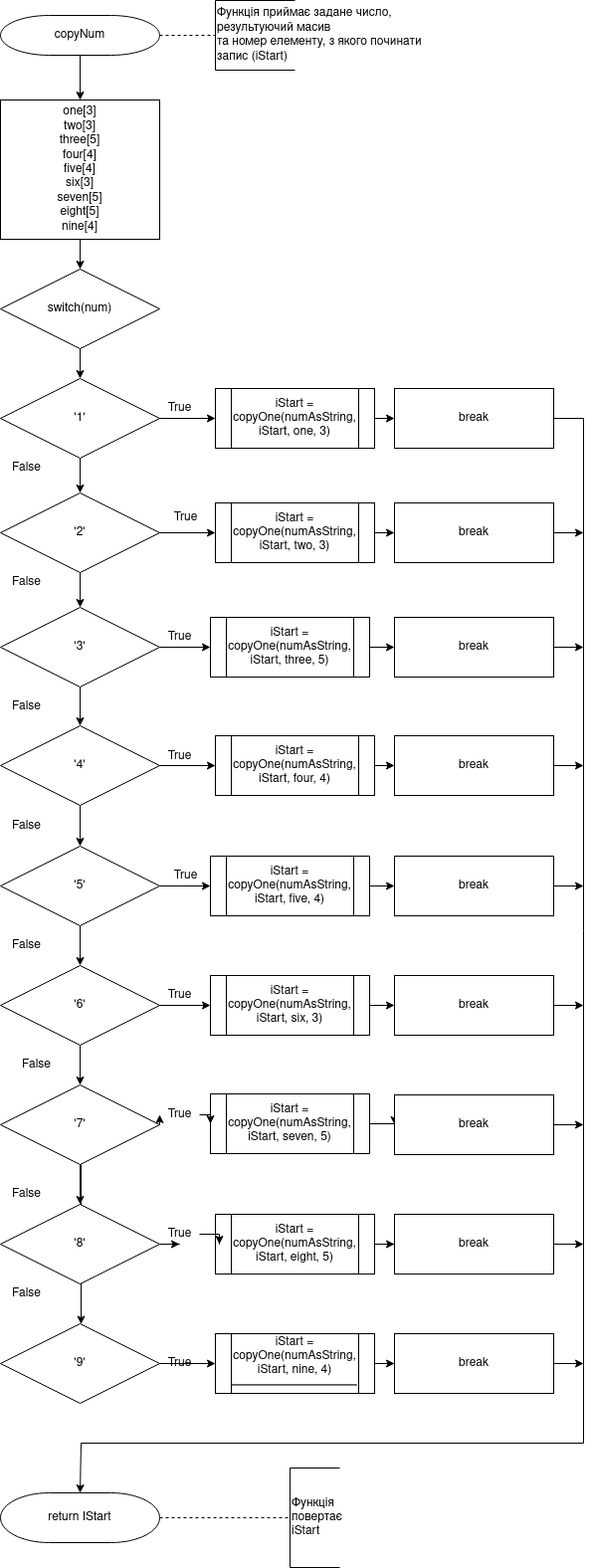
Above: lab08_09_10/doc/assets/lab06_task3_copyNum.png in belchinskaya/Programming-Belchinska (draw.io), before the change. Source tidied: cells renumbered, new cells last; positions are measured from the earlier drawing's top-left corner, leaving out a move shared by most shapes.
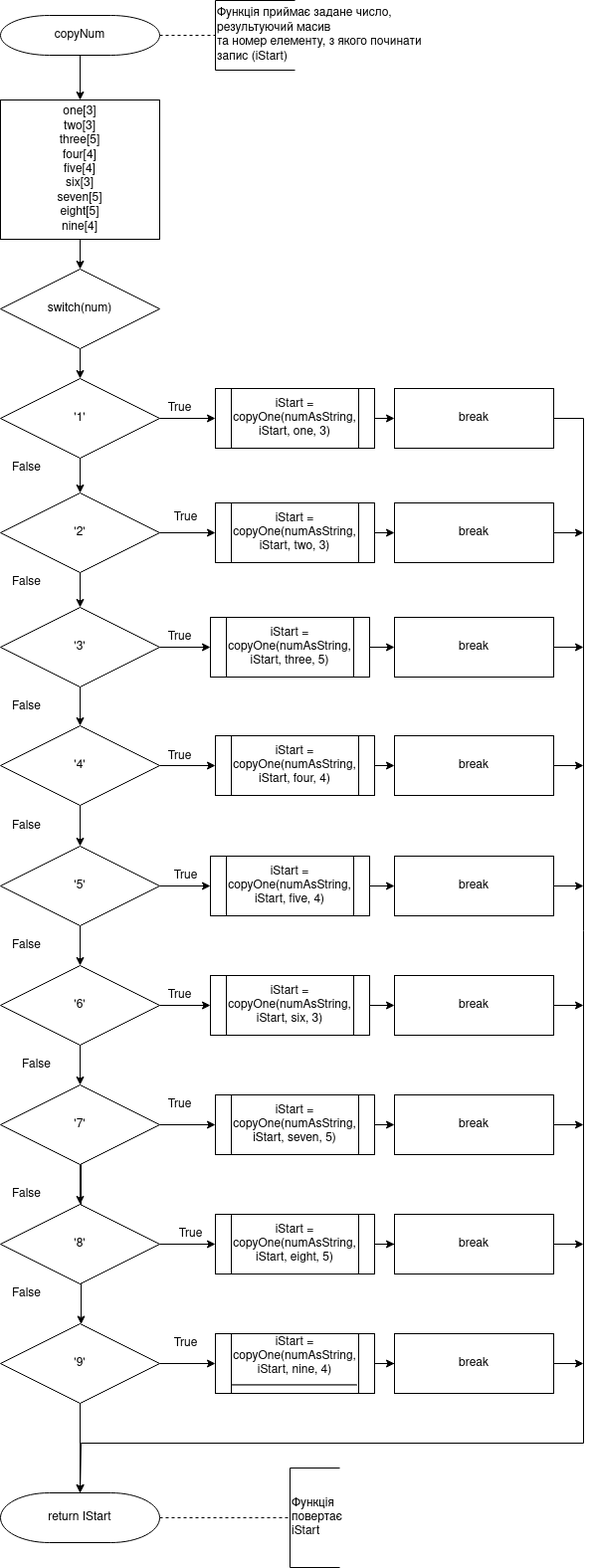
The same diagram one commit later.

What changed in the source:
```diff
@@ -60,7 +60,7 @@
       <mxGeometry relative="1" as="geometry" />
     </mxCell>
     <mxCell id="21" value="iStart = copyOne(numAsString, iStart, seven, 5)" style="shape=process;whiteSpace=wrap;html=1;backgroundOutline=1;strokeWidth=1;" parent="1" vertex="1">
-      <mxGeometry x="211" y="1099" width="160" height="60" as="geometry" />
+      <mxGeometry x="216" y="1100" width="160" height="60" as="geometry" />
     </mxCell>
     <mxCell id="22" style="edgeStyle=orthogonalEdgeStyle;rounded=0;jettySize=auto;html=1;exitX=1;exitY=0.5;exitDx=0;exitDy=0;" parent="1" edge="1" source="23" target="72">
       <mxGeometry relative="1" as="geometry" />
@@ -143,18 +143,15 @@
     <mxCell id="48" value="'6'" style="rhombus;whiteSpace=wrap;html=1;" parent="1" vertex="1">
       <mxGeometry y="970" width="160" height="80" as="geometry" />
     </mxCell>
-    <mxCell id="49" style="edgeStyle=orthogonalEdgeStyle;rounded=0;jettySize=auto;html=1;exitX=1;exitY=0.5;exitDx=0;exitDy=0;entryX=0;entryY=0.5;entryDx=0;entryDy=0;" parent="1" edge="1" source="92" target="21">
-      <mxGeometry relative="1" as="geometry" />
-    </mxCell>
     <mxCell id="50" style="edgeStyle=orthogonalEdgeStyle;rounded=0;jettySize=auto;html=1;exitX=0.5;exitY=1;exitDx=0;exitDy=0;" parent="1" edge="1" source="51" target="54">
       <mxGeometry relative="1" as="geometry" />
     </mxCell>
+    <mxCell id="94" style="edgeStyle=orthogonalEdgeStyle;rounded=0;jettySize=auto;html=1;exitX=1;exitY=0.5;exitDx=0;exitDy=0;entryX=0;entryY=0.5;entryDx=0;entryDy=0;" parent="1" edge="1" source="51" target="21">
+      <mxGeometry relative="1" as="geometry" />
+    </mxCell>
     <mxCell id="51" value="'7'" style="rhombus;whiteSpace=wrap;html=1;" parent="1" vertex="1">
       <mxGeometry y="1090" width="160" height="80" as="geometry" />
     </mxCell>
-    <mxCell id="52" style="edgeStyle=orthogonalEdgeStyle;rounded=0;jettySize=auto;html=1;exitX=1;exitY=0.5;exitDx=0;exitDy=0;" parent="1" edge="1" source="90" target="23">
-      <mxGeometry relative="1" as="geometry" />
-    </mxCell>
     <mxCell id="53" style="edgeStyle=orthogonalEdgeStyle;rounded=0;jettySize=auto;html=1;exitX=0.5;exitY=1;exitDx=0;exitDy=0;" parent="1" edge="1" source="54" target="56">
       <mxGeometry relative="1" as="geometry">
         <Array as="points">
@@ -163,12 +160,18 @@
         </Array>
       </mxGeometry>
     </mxCell>
+    <mxCell id="95" style="edgeStyle=orthogonalEdgeStyle;rounded=0;jettySize=auto;html=1;exitX=1;exitY=0.5;exitDx=0;exitDy=0;" parent="1" edge="1" source="54" target="23">
+      <mxGeometry relative="1" as="geometry" />
+    </mxCell>
     <mxCell id="54" value="&lt;div&gt;'8'&lt;/div&gt;" style="rhombus;whiteSpace=wrap;html=1;" parent="1" vertex="1">
       <mxGeometry y="1210" width="160" height="80" as="geometry" />
     </mxCell>
     <mxCell id="55" style="edgeStyle=orthogonalEdgeStyle;rounded=0;jettySize=auto;html=1;exitX=1;exitY=0.5;exitDx=0;exitDy=0;entryX=0;entryY=0.5;entryDx=0;entryDy=0;" parent="1" edge="1" source="56" target="25">
       <mxGeometry relative="1" as="geometry" />
     </mxCell>
+    <mxCell id="96" style="edgeStyle=orthogonalEdgeStyle;rounded=0;jettySize=auto;html=1;exitX=0.5;exitY=1;exitDx=0;exitDy=0;entryX=0.5;entryY=0;entryDx=0;entryDy=0;entryPerimeter=0;" parent="1" edge="1" source="56" target="27">
+      <mxGeometry relative="1" as="geometry" />
+    </mxCell>
     <mxCell id="56" value="'9'" style="rhombus;whiteSpace=wrap;html=1;" parent="1" vertex="1">
       <mxGeometry y="1330" width="160" height="80" as="geometry" />
     </mxCell>
@@ -276,7 +279,7 @@
       <mxGeometry x="160" y="990" width="40" height="20" as="geometry" />
     </mxCell>
     <mxCell id="81" value="True" style="text;html=1;align=center;verticalAlign=middle;" parent="1" vertex="1">
-      <mxGeometry x="160" y="1360" width="40" height="20" as="geometry" />
+      <mxGeometry x="166" y="1340" width="40" height="20" as="geometry" />
     </mxCell>
     <mxCell id="82" value="False" style="text;html=1;align=center;verticalAlign=middle;" parent="1" vertex="1">
       <mxGeometry x="6" y="460" width="40" height="20" as="geometry" />
@@ -303,16 +306,10 @@
       <mxGeometry x="6" y="1290" width="40" height="20" as="geometry" />
     </mxCell>
     <mxCell id="90" value="True" style="text;html=1;align=center;verticalAlign=middle;points=[];" parent="1" vertex="1">
-      <mxGeometry x="160" y="1230" width="40" height="20" as="geometry" />
+      <mxGeometry x="171" y="1230" width="40" height="20" as="geometry" />
     </mxCell>
-    <mxCell id="91" style="edgeStyle=orthogonalEdgeStyle;rounded=0;jettySize=auto;html=1;exitX=1;exitY=0.5;exitDx=0;exitDy=0;" parent="1" edge="1" source="54" target="90">
-      <mxGeometry relative="1" as="geometry" />
-    </mxCell>
     <mxCell id="92" value="True" style="text;html=1;align=center;verticalAlign=middle;points=[];" parent="1" vertex="1">
-      <mxGeometry x="160" y="1110" width="40" height="20" as="geometry" />
+      <mxGeometry x="160" y="1100" width="40" height="20" as="geometry" />
     </mxCell>
-    <mxCell id="93" style="edgeStyle=orthogonalEdgeStyle;rounded=0;jettySize=auto;html=1;exitX=1;exitY=0.5;exitDx=0;exitDy=0;entryX=0;entryY=0.5;entryDx=0;entryDy=0;" parent="1" edge="1" source="51" target="92">
-      <mxGeometry relative="1" as="geometry" />
-    </mxCell>
   </root>
 </mxGraphModel>
```
